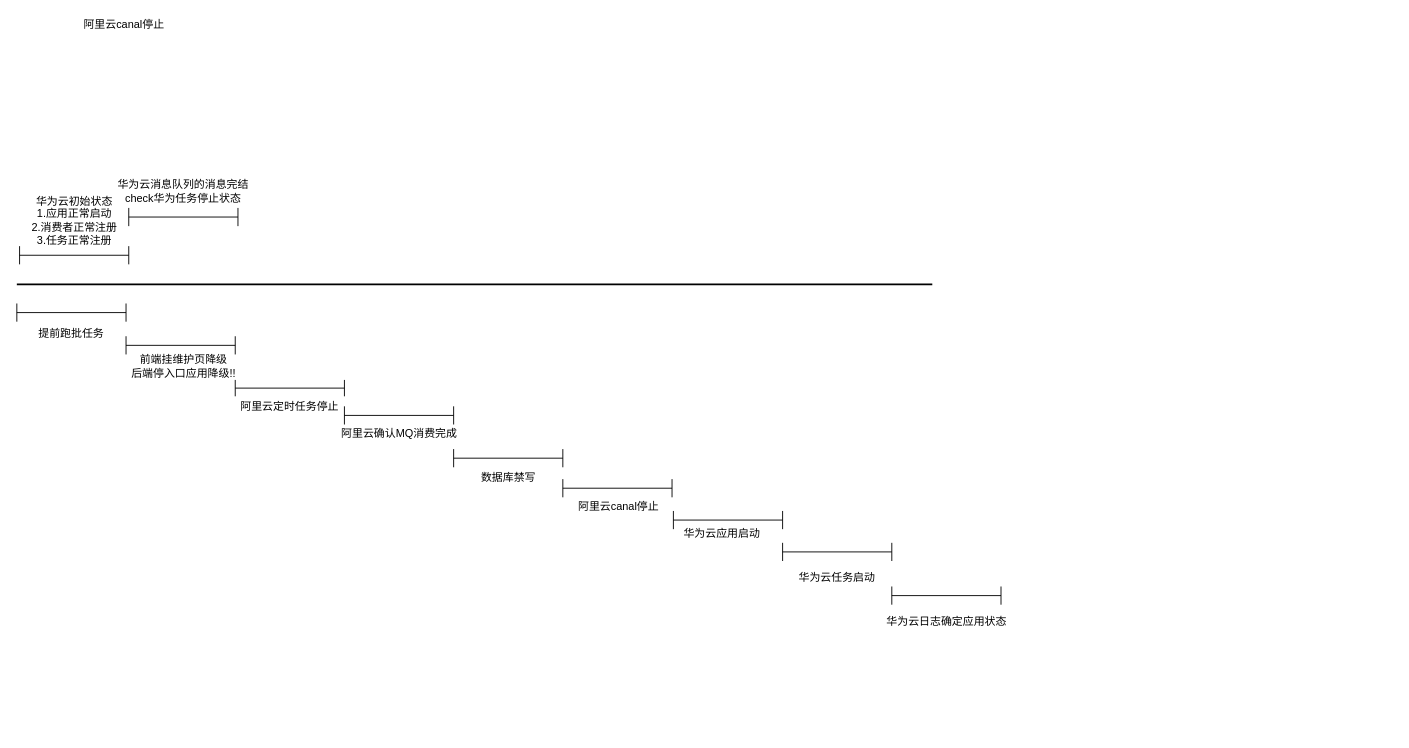
This is 割接当天.drawio from mingtian110/pc_home, a draw.io file, before an edit. Source tidied: cells renumbered, new cells numbered last; positions are measured from the earlier drawing's top-left corner, leaving out a move shared by most shapes. Both pictures are drawn from the tidied source at 91%, with x=0, y=0 at pixel (16, 15).
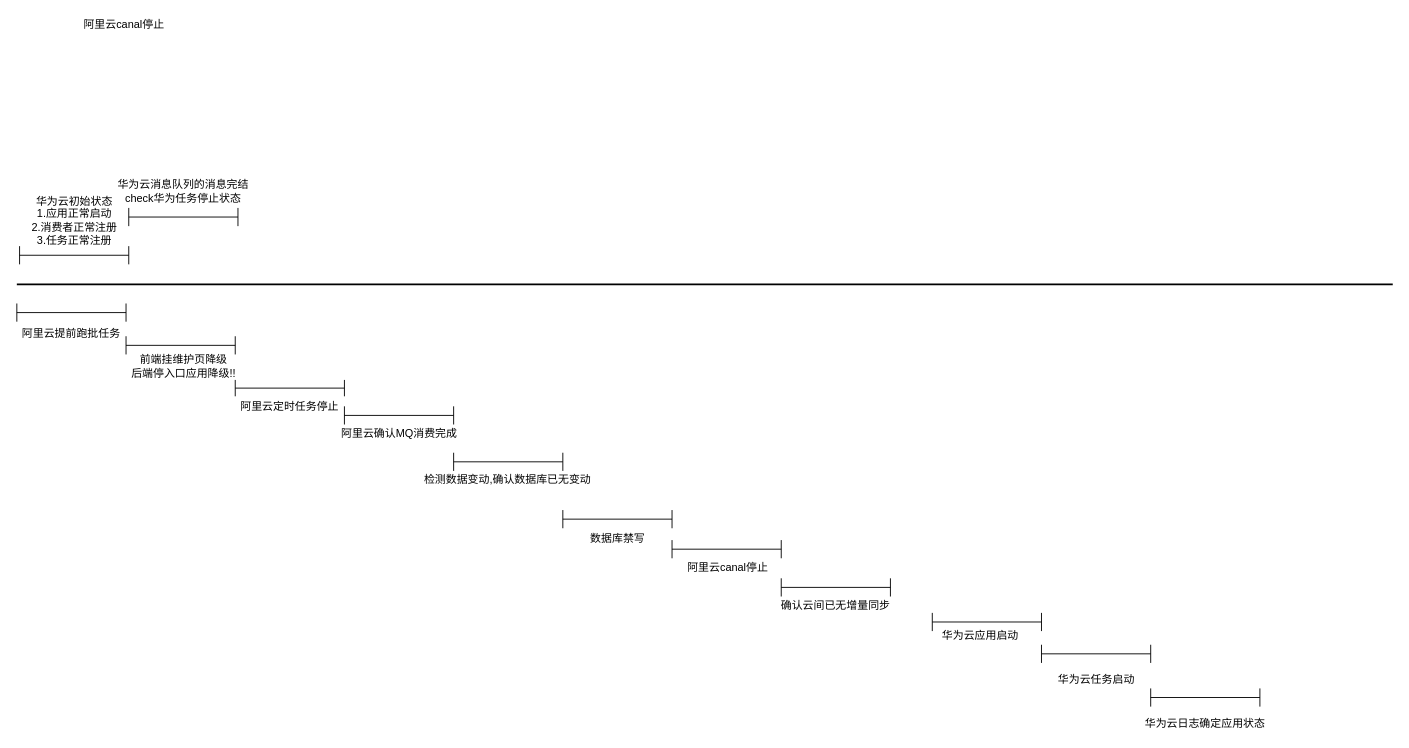
The same page after the edit.

Commit message (it also covers changes not shown here):
更新割接当天.drawio

Diff of the diagram source:
```diff
@@
     <mxCell id="3" value="华为云应用启动" style="text;html=1;strokeColor=none;fillColor=none;align=center;verticalAlign=middle;whiteSpace=wrap;rounded=0;" parent="1" vertex="1">
-      <mxGeometry x="721.5" y="559" width="106" height="20" as="geometry" />
+      <mxGeometry x="1006" y="671" width="106" height="20" as="geometry" />
     </mxCell>
     <mxCell id="4" value="华为云任务启动" style="text;html=1;strokeColor=none;fillColor=none;align=center;verticalAlign=middle;whiteSpace=wrap;rounded=0;" parent="1" vertex="1">
-      <mxGeometry x="846" y="607" width="111" height="20" as="geometry" />
+      <mxGeometry x="1130.5" y="719" width="111" height="20" as="geometry" />
     </mxCell>
     <mxCell id="5" value="华为云日志确定应用状态" style="text;html=1;strokeColor=none;fillColor=none;align=center;verticalAlign=middle;whiteSpace=wrap;rounded=0;" parent="1" vertex="1">
-      <mxGeometry x="949.5" y="656" width="144" height="20" as="geometry" />
+      <mxGeometry x="1234" y="768" width="144" height="20" as="geometry" />
     </mxCell>
     <mxCell id="6" style="line;strokeWidth=2;html=1;fillColor=#A8DADC;" parent="1" vertex="1">
-      <mxGeometry y="290" width="1006" height="10" as="geometry" />
+      <mxGeometry y="290" width="1512" height="10" as="geometry" />
     </mxCell>
@@
     <mxCell id="13" style="shape=crossbar;whiteSpace=wrap;html=1;rounded=1;fillColor=#A8DADC;" parent="1" vertex="1">
-      <mxGeometry x="480" y="476" width="120" height="20" as="geometry" />
+      <mxGeometry x="600" y="543" width="120" height="20" as="geometry" />
     </mxCell>
@@
     <mxCell id="16" style="shape=crossbar;whiteSpace=wrap;html=1;rounded=1;fillColor=#A8DADC;" parent="1" vertex="1">
-      <mxGeometry x="841.5" y="579" width="120" height="20" as="geometry" />
+      <mxGeometry x="1126" y="691" width="120" height="20" as="geometry" />
     </mxCell>
     <mxCell id="17" style="shape=crossbar;whiteSpace=wrap;html=1;rounded=1;fillColor=#A8DADC;" parent="1" vertex="1">
-      <mxGeometry x="961.5" y="627" width="120" height="20" as="geometry" />
+      <mxGeometry x="1246" y="739" width="120" height="20" as="geometry" />
     </mxCell>
     <mxCell id="18" style="shape=crossbar;whiteSpace=wrap;html=1;rounded=1;fillColor=#A8DADC;" parent="1" vertex="1">
-      <mxGeometry x="721.5" y="544" width="120" height="20" as="geometry" />
+      <mxGeometry x="1006" y="656" width="120" height="20" as="geometry" />
     </mxCell>
     <mxCell id="19" value="阿里云canal停止" style="text;html=1;strokeColor=none;fillColor=none;align=center;verticalAlign=middle;whiteSpace=wrap;rounded=0;" parent="1" vertex="1">
-      <mxGeometry x="612" y="529" width="99" height="20" as="geometry" />
+      <mxGeometry x="732" y="596" width="99" height="20" as="geometry" />
     </mxCell>
@@
-    <mxCell id="21" value="提前跑批任务" style="text;html=1;strokeColor=none;fillColor=none;align=center;verticalAlign=middle;whiteSpace=wrap;rounded=0;" parent="1" vertex="1">
+    <mxCell id="21" value="阿里云提前跑批任务" style="text;html=1;strokeColor=none;fillColor=none;align=center;verticalAlign=middle;whiteSpace=wrap;rounded=0;" parent="1" vertex="1">
       <mxGeometry x="4" y="339" width="112" height="20" as="geometry" />
     </mxCell>
@@
     <mxCell id="24" style="shape=crossbar;whiteSpace=wrap;html=1;rounded=1;fillColor=#A8DADC;" parent="1" vertex="1">
-      <mxGeometry x="600" y="509" width="120" height="20" as="geometry" />
+      <mxGeometry x="720" y="576" width="120" height="20" as="geometry" />
     </mxCell>
     <mxCell id="25" value="数据库禁写" style="text;html=1;strokeColor=none;fillColor=none;align=center;verticalAlign=middle;whiteSpace=wrap;rounded=0;" parent="1" vertex="1">
-      <mxGeometry x="490.5" y="498" width="99" height="20" as="geometry" />
+      <mxGeometry x="610.5" y="565" width="99" height="20" as="geometry" />
     </mxCell>
+    <mxCell id="26" style="shape=crossbar;whiteSpace=wrap;html=1;rounded=1;fillColor=#A8DADC;" parent="1" vertex="1">
+      <mxGeometry x="480" y="480" width="120" height="20" as="geometry" />
+    </mxCell>
+    <mxCell id="27" value="检测数据变动,确认数据库已无变动" style="text;html=1;strokeColor=none;fillColor=none;align=center;verticalAlign=middle;whiteSpace=wrap;rounded=0;" parent="1" vertex="1">
+      <mxGeometry x="446.4" y="500" width="187.2" height="20" as="geometry" />
+    </mxCell>
+    <mxCell id="28" style="shape=crossbar;whiteSpace=wrap;html=1;rounded=1;fillColor=#A8DADC;" parent="1" vertex="1">
+      <mxGeometry x="840" y="618" width="120" height="20" as="geometry" />
+    </mxCell>
+    <mxCell id="29" value="确认云间已无增量同步" style="text;html=1;strokeColor=none;fillColor=none;align=center;verticalAlign=middle;whiteSpace=wrap;rounded=0;" parent="1" vertex="1">
+      <mxGeometry x="831" y="638" width="138" height="20" as="geometry" />
+    </mxCell>
```
